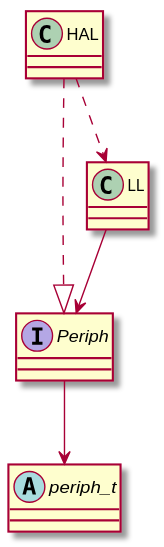
This is docs/source/assets/images/api.svg from onkwon/halmcu, a PlantUML export, as it was before one commit. The source it was exported from:
```plantuml
@startuml
interface Periph
class LL
class HAL
abstract periph_t

Periph --> periph_t
LL --> Periph
HAL ..|> Periph
HAL ..> LL
@enduml
```
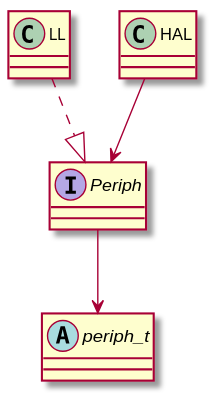
Above is the later version.

The edit, as a diff of the source:
```diff
@@ -5,7 +5,6 @@
 abstract periph_t
 
 Periph --> periph_t
-LL --> Periph
-HAL ..|> Periph
-HAL ..> LL
+LL ..|> Periph
+HAL --> Periph
 @enduml
```
